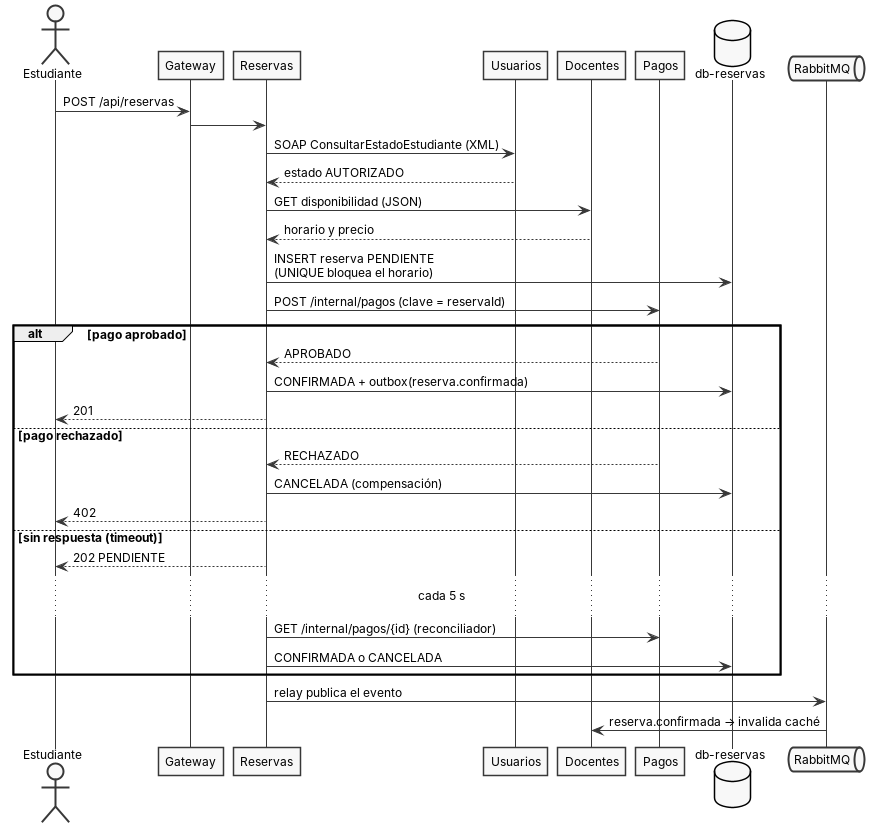
The PlantUML diagram docs/ut5/secuencia_reserva.png in SebastianCuneo/tutorYA, before a commit. Its source is kept beside it as docs/ut5/secuencia_reserva.puml. The source it was exported from:
```plantuml
@startuml secuencia_reserva
skinparam monochrome true
skinparam shadowing false
skinparam defaultFontName Arial
skinparam defaultFontSize 12
skinparam backgroundColor white

actor Estudiante
participant Gateway
participant Reservas
participant Usuarios
participant Docentes
participant Pagos
database "db-reservas" as DB
queue RabbitMQ

Estudiante -> Gateway : POST /api/reservas
Gateway -> Reservas
Reservas -> Usuarios : SOAP ConsultarEstadoEstudiante (XML)
Usuarios --> Reservas : estado AUTORIZADO
Reservas -> Docentes : GET disponibilidad (JSON)
Docentes --> Reservas : horario y precio
Reservas -> DB : INSERT reserva PENDIENTE\n(UNIQUE bloquea el horario)
Reservas -> Pagos : POST /internal/pagos (clave = reservaId)
alt pago aprobado
  Pagos --> Reservas : APROBADO
  Reservas -> DB : CONFIRMADA + outbox(reserva.confirmada)
  Reservas --> Estudiante : 201
else pago rechazado
  Pagos --> Reservas : RECHAZADO
  Reservas -> DB : CANCELADA (compensación)
  Reservas --> Estudiante : 402
else sin respuesta (timeout)
  Reservas --> Estudiante : 202 PENDIENTE
  ... cada 5 s ...
  Reservas -> Pagos : GET /internal/pagos/{id} (reconciliador)
  Reservas -> DB : CONFIRMADA o CANCELADA
end
Reservas -> RabbitMQ : relay publica el evento
RabbitMQ -> Docentes : reserva.confirmada → invalida caché
@enduml
```
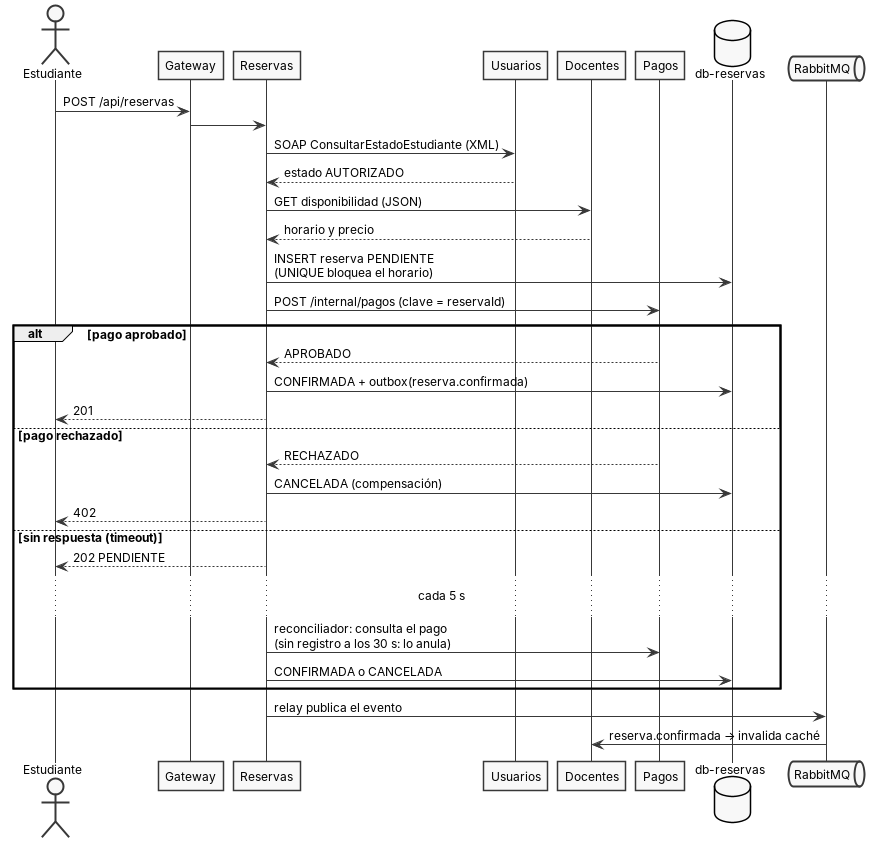
Later version of the same file.

Commit message:
UT5: secuencia de reserva con la anulación del reconciliador

Claude-Session: https://claude.ai/code/session_01Mu2WUyvK3Cd1Sy9WUUAcde

The edit, as a diff of the source:
```diff
@@ -33,7 +33,7 @@
 else sin respuesta (timeout)
   Reservas --> Estudiante : 202 PENDIENTE
   ... cada 5 s ...
-  Reservas -> Pagos : GET /internal/pagos/{id} (reconciliador)
+  Reservas -> Pagos : reconciliador: consulta el pago\n(sin registro a los 30 s: lo anula)
   Reservas -> DB : CONFIRMADA o CANCELADA
 end
 Reservas -> RabbitMQ : relay publica el evento
```
